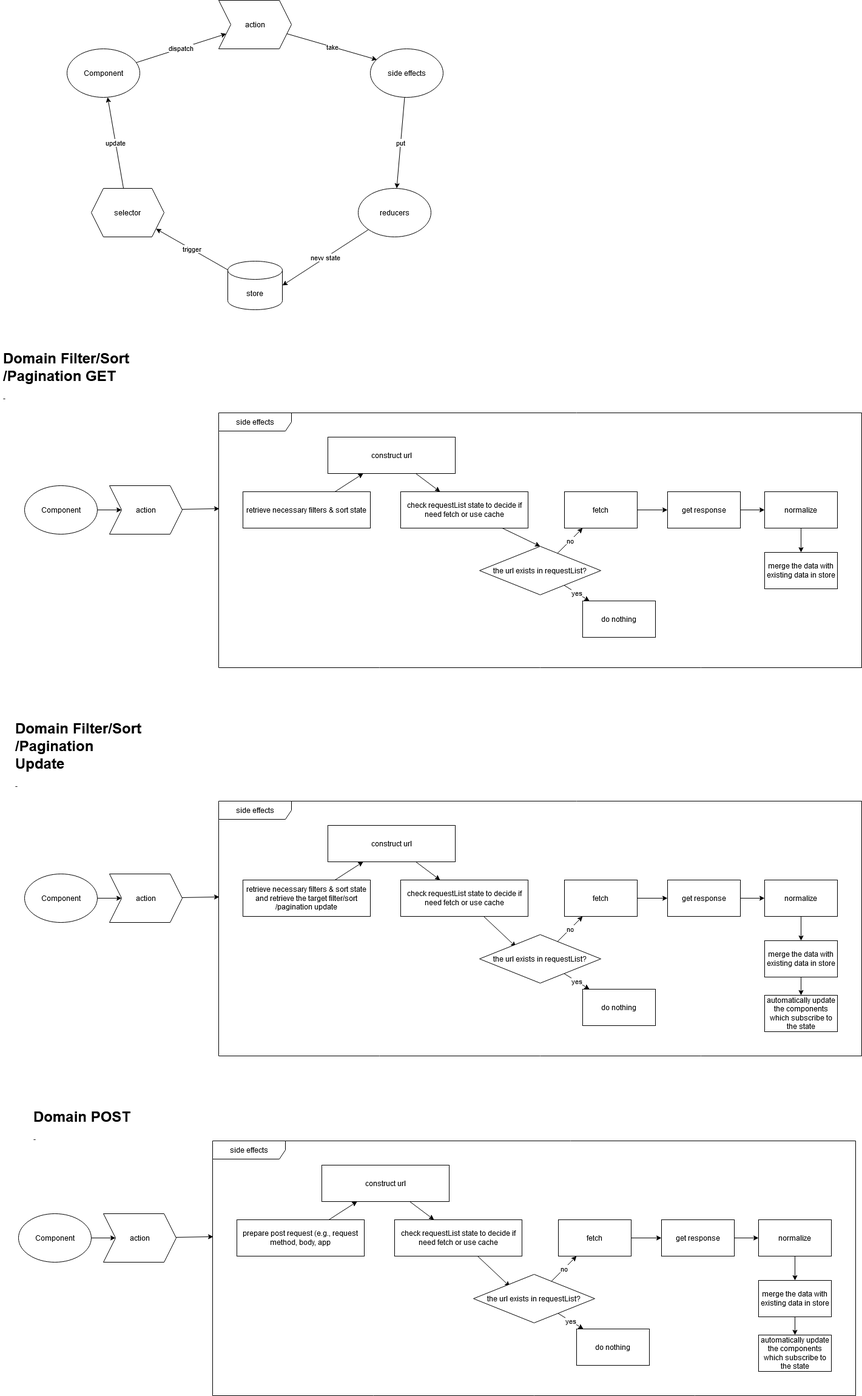
stsiwo/react_redux_concept keeps this draw.io diagram as react-redux-saga-reselect-overview-logic.png. Above is the earlier version. Source tidied: cells renumbered, new cells last; positions are measured from the earlier drawing's top-left corner, leaving out a move shared by most shapes.
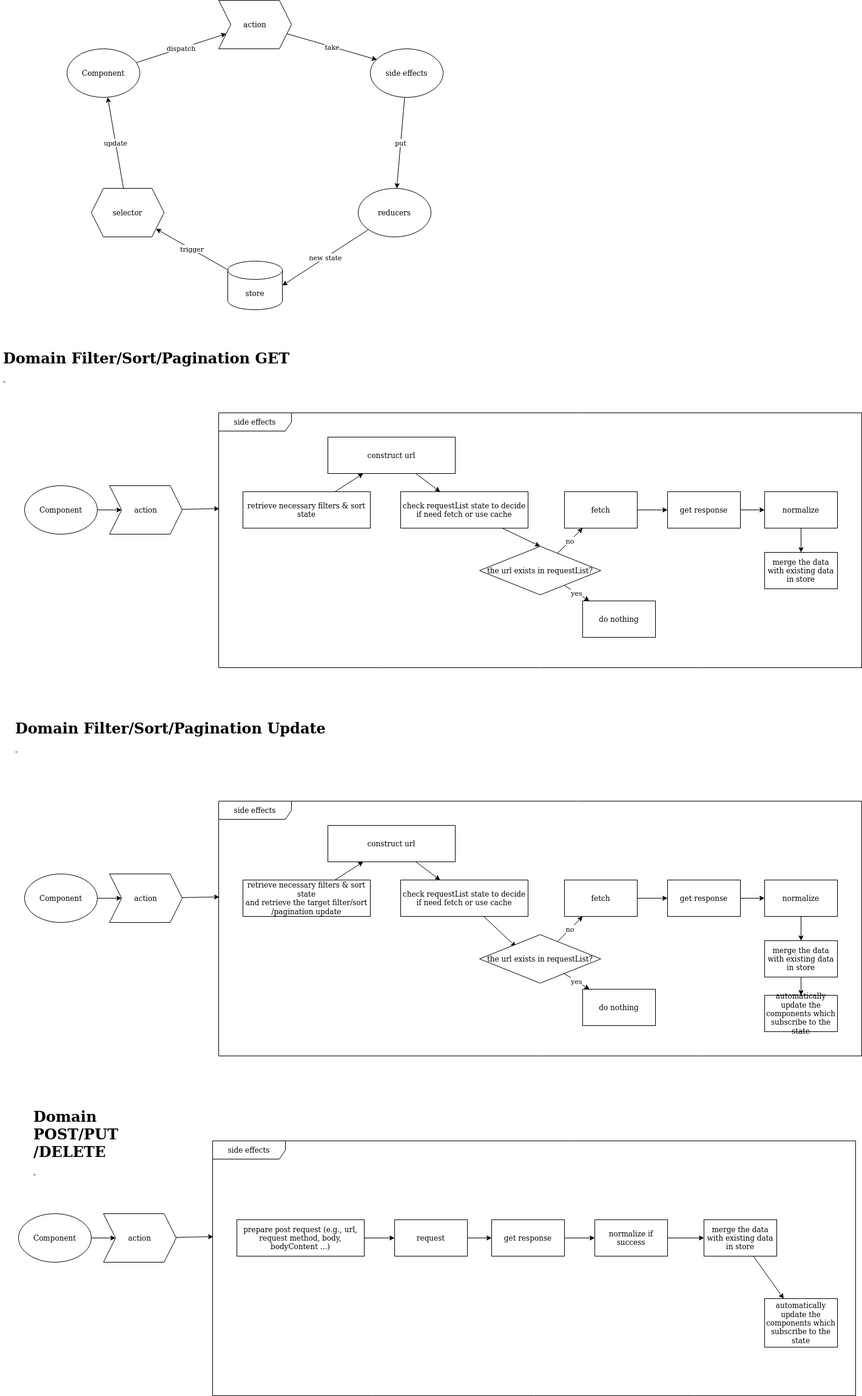
The same diagram one commit later.

The edit, as a diff of the source:
```diff
@@ -42,7 +42,7 @@
       <mxGeometry x="150" y="310" width="120" height="80" as="geometry" />
     </mxCell>
     <mxCell id="15" value="&lt;h1&gt;Domain Filter/Sort/Pagination GET&lt;br&gt;&lt;/h1&gt;&lt;p&gt;- &lt;br&gt;&lt;/p&gt;" style="text;html=1;strokeColor=none;fillColor=none;spacing=5;spacingTop=-20;whiteSpace=wrap;overflow=hidden;rounded=0;" parent="1" vertex="1">
-      <mxGeometry y="570" width="220" height="120" as="geometry" />
+      <mxGeometry y="570" width="510" height="90" as="geometry" />
     </mxCell>
     <mxCell id="16" style="edgeStyle=none;rounded=0;jettySize=auto;html=1;entryX=0;entryY=0.5;entryDx=0;entryDy=0;" parent="1" edge="1" source="17" target="19">
       <mxGeometry relative="1" as="geometry" />
@@ -111,7 +111,7 @@
       <mxGeometry x="360" y="680" width="1060" height="420" as="geometry" />
     </mxCell>
     <mxCell id="38" value="&lt;h1&gt;Domain Filter/Sort/Pagination Update&lt;br&gt;&lt;/h1&gt;&lt;p&gt;- &lt;br&gt;&lt;/p&gt;" style="text;html=1;strokeColor=none;fillColor=none;spacing=5;spacingTop=-20;whiteSpace=wrap;overflow=hidden;rounded=0;" parent="1" vertex="1">
-      <mxGeometry x="20" y="1180" width="220" height="120" as="geometry" />
+      <mxGeometry x="20" y="1180" width="520" height="70" as="geometry" />
     </mxCell>
     <mxCell id="39" style="edgeStyle=none;rounded=0;jettySize=auto;html=1;entryX=0;entryY=0.5;entryDx=0;entryDy=0;" parent="1" edge="1" source="40" target="42">
       <mxGeometry relative="1" as="geometry" />
@@ -182,7 +182,7 @@
     <mxCell id="61" value="automatically update the components which subscribe to the state" style="whiteSpace=wrap;html=1;" parent="1" vertex="1">
       <mxGeometry x="1260" y="1640" width="120" height="60" as="geometry" />
     </mxCell>
-    <mxCell id="62" value="&lt;h1&gt;Domain POST &lt;br&gt;&lt;/h1&gt;&lt;p&gt;- &lt;br&gt;&lt;/p&gt;" style="text;html=1;strokeColor=none;fillColor=none;spacing=5;spacingTop=-20;whiteSpace=wrap;overflow=hidden;rounded=0;" parent="1" vertex="1">
+    <mxCell id="62" value="&lt;h1&gt;Domain POST/PUT/DELETE &lt;br&gt;&lt;/h1&gt;&lt;p&gt;- &lt;br&gt;&lt;/p&gt;" style="text;html=1;strokeColor=none;fillColor=none;spacing=5;spacingTop=-20;whiteSpace=wrap;overflow=hidden;rounded=0;" parent="1" vertex="1">
       <mxGeometry x="50" y="1820" width="220" height="120" as="geometry" />
     </mxCell>
     <mxCell id="63" value="side effects" style="shape=umlFrame;whiteSpace=wrap;html=1;width=120;height=30;" parent="1" vertex="1">
@@ -200,62 +200,38 @@
     <mxCell id="67" value="action" style="shape=step;perimeter=stepPerimeter;whiteSpace=wrap;html=1;fixedSize=1;" parent="1" vertex="1">
       <mxGeometry x="170" y="2000" width="120" height="80" as="geometry" />
     </mxCell>
-    <mxCell id="68" style="rounded=0;jettySize=auto;html=1;" parent="1" edge="1" source="69" target="71">
-      <mxGeometry relative="1" as="geometry" />
-    </mxCell>
+    <mxCell id="87" style="edgeStyle=orthogonalEdgeStyle;rounded=0;jettySize=auto;html=1;" parent="1" edge="1" source="69" target="78">
+      <mxGeometry relative="1" as="geometry" />
+    </mxCell>
-    <mxCell id="69" value="prepare post request (e.g., request method, body, app" style="rounded=0;whiteSpace=wrap;html=1;" parent="1" vertex="1">
+    <mxCell id="69" value="prepare post request (e.g., url, request method, body, bodyContent ...)" style="rounded=0;whiteSpace=wrap;html=1;" parent="1" vertex="1">
       <mxGeometry x="390" y="2010" width="210" height="60" as="geometry" />
     </mxCell>
-    <mxCell id="70" style="edgeStyle=none;rounded=0;jettySize=auto;html=1;" parent="1" edge="1" source="71" target="73">
-      <mxGeometry relative="1" as="geometry" />
-    </mxCell>
-    <mxCell id="71" value="construct url " style="rounded=0;whiteSpace=wrap;html=1;" parent="1" vertex="1">
-      <mxGeometry x="530" y="1920" width="210" height="60" as="geometry" />
-    </mxCell>
-    <mxCell id="72" style="edgeStyle=none;rounded=0;jettySize=auto;html=1;entryX=0.3;entryY=0.25;entryDx=0;entryDy=0;entryPerimeter=0;" parent="1" edge="1" source="73" target="76">
-      <mxGeometry relative="1" as="geometry" />
-    </mxCell>
-    <mxCell id="73" value="check requestList state to decide if need fetch or use cache" style="rounded=0;whiteSpace=wrap;html=1;" parent="1" vertex="1">
-      <mxGeometry x="650" y="2010" width="210" height="60" as="geometry" />
-    </mxCell>
-    <mxCell id="74" value="no" style="edgeStyle=none;rounded=0;jettySize=auto;html=1;" parent="1" edge="1" source="76" target="78">
-      <mxGeometry relative="1" as="geometry" />
-    </mxCell>
-    <mxCell id="75" value="yes" style="edgeStyle=none;rounded=0;jettySize=auto;html=1;" parent="1" edge="1" source="76" target="79">
-      <mxGeometry relative="1" as="geometry" />
-    </mxCell>
-    <mxCell id="76" value="the url exists in requestList?" style="rhombus;whiteSpace=wrap;html=1;" parent="1" vertex="1">
-      <mxGeometry x="780" y="2100" width="200" height="80" as="geometry" />
-    </mxCell>
     <mxCell id="77" style="edgeStyle=orthogonalEdgeStyle;rounded=0;jettySize=auto;html=1;" parent="1" edge="1" source="78" target="81">
       <mxGeometry relative="1" as="geometry" />
     </mxCell>
-    <mxCell id="78" value="fetch" style="whiteSpace=wrap;html=1;" parent="1" vertex="1">
-      <mxGeometry x="920" y="2010" width="120" height="60" as="geometry" />
+    <mxCell id="78" value="request" style="whiteSpace=wrap;html=1;" parent="1" vertex="1">
+      <mxGeometry x="650" y="2010" width="120" height="60" as="geometry" />
     </mxCell>
-    <mxCell id="79" value="do nothing" style="whiteSpace=wrap;html=1;" parent="1" vertex="1">
-      <mxGeometry x="950" y="2190" width="120" height="60" as="geometry" />
-    </mxCell>
     <mxCell id="80" style="edgeStyle=orthogonalEdgeStyle;rounded=0;jettySize=auto;html=1;" parent="1" edge="1" source="81" target="83">
       <mxGeometry relative="1" as="geometry" />
     </mxCell>
     <mxCell id="81" value="get response" style="whiteSpace=wrap;html=1;" parent="1" vertex="1">
-      <mxGeometry x="1090" y="2010" width="120" height="60" as="geometry" />
+      <mxGeometry x="810" y="2010" width="120" height="60" as="geometry" />
     </mxCell>
     <mxCell id="82" style="edgeStyle=orthogonalEdgeStyle;rounded=0;jettySize=auto;html=1;" parent="1" edge="1" source="83" target="85">
       <mxGeometry relative="1" as="geometry" />
     </mxCell>
-    <mxCell id="83" value="normalize" style="whiteSpace=wrap;html=1;" parent="1" vertex="1">
-      <mxGeometry x="1250" y="2010" width="120" height="60" as="geometry" />
+    <mxCell id="83" value="normalize if success" style="whiteSpace=wrap;html=1;" parent="1" vertex="1">
+      <mxGeometry x="980" y="2010" width="120" height="60" as="geometry" />
     </mxCell>
     <mxCell id="84" style="edgeStyle=none;rounded=0;jettySize=auto;html=1;" parent="1" edge="1" source="85" target="86">
       <mxGeometry relative="1" as="geometry" />
     </mxCell>
     <mxCell id="85" value="merge the data with existing data in store" style="whiteSpace=wrap;html=1;" parent="1" vertex="1">
-      <mxGeometry x="1250" y="2110" width="120" height="60" as="geometry" />
+      <mxGeometry x="1160" y="2010" width="120" height="60" as="geometry" />
     </mxCell>
     <mxCell id="86" value="automatically update the components which subscribe to the state" style="whiteSpace=wrap;html=1;" parent="1" vertex="1">
-      <mxGeometry x="1250" y="2200" width="120" height="60" as="geometry" />
+      <mxGeometry x="1260" y="2140" width="120" height="80" as="geometry" />
     </mxCell>
   </root>
 </mxGraphModel>
```
